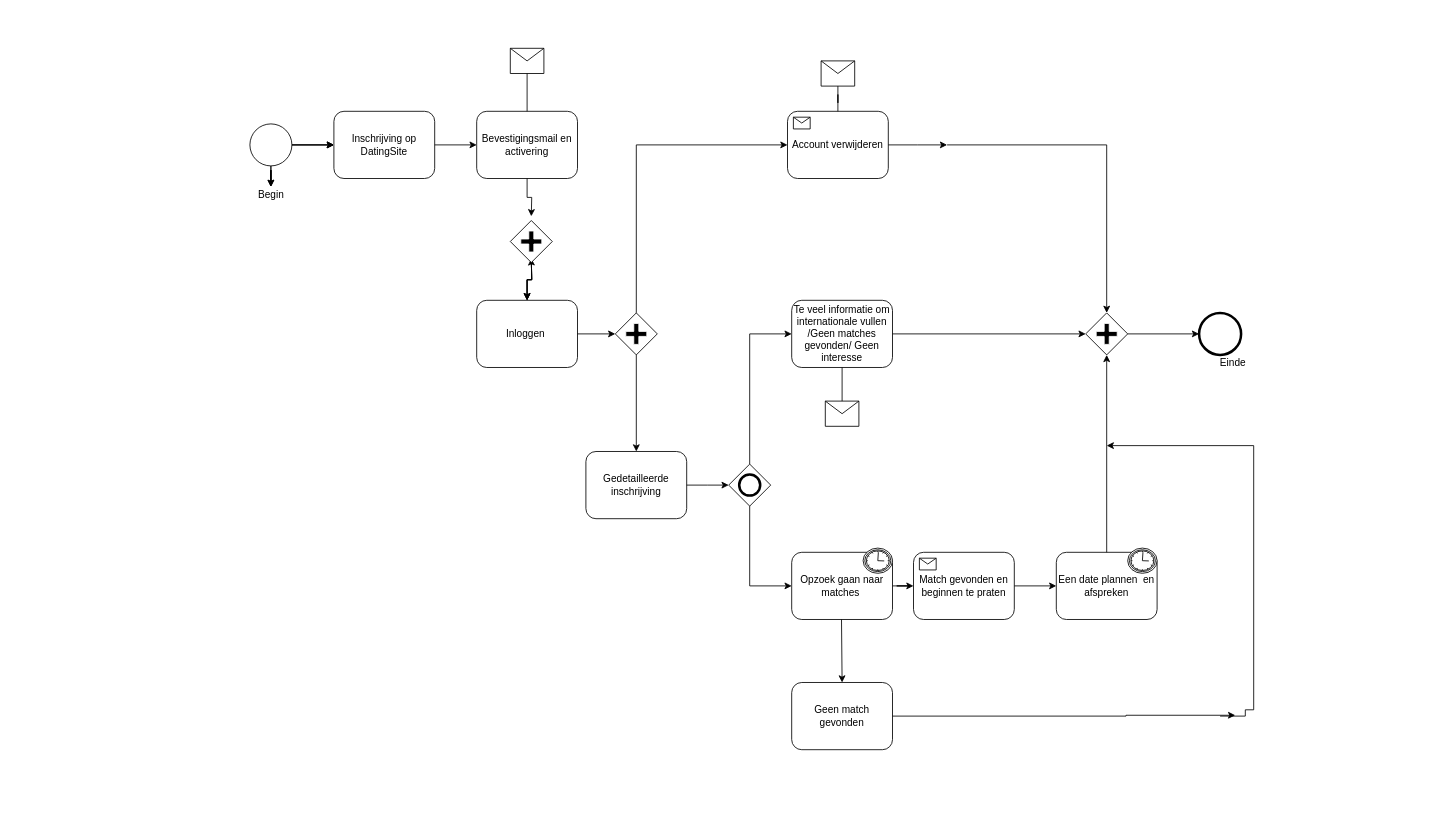
This is Untitled Diagram.drawio from mukau1995/IT-case, a draw.io file, before an edit. Source tidied: cells renumbered, new cells numbered last; positions are measured from the earlier drawing's top-left corner, leaving out a move shared by most shapes. Both pictures are drawn from the tidied source at 84%, with x=0, y=0 at pixel (249, 48).
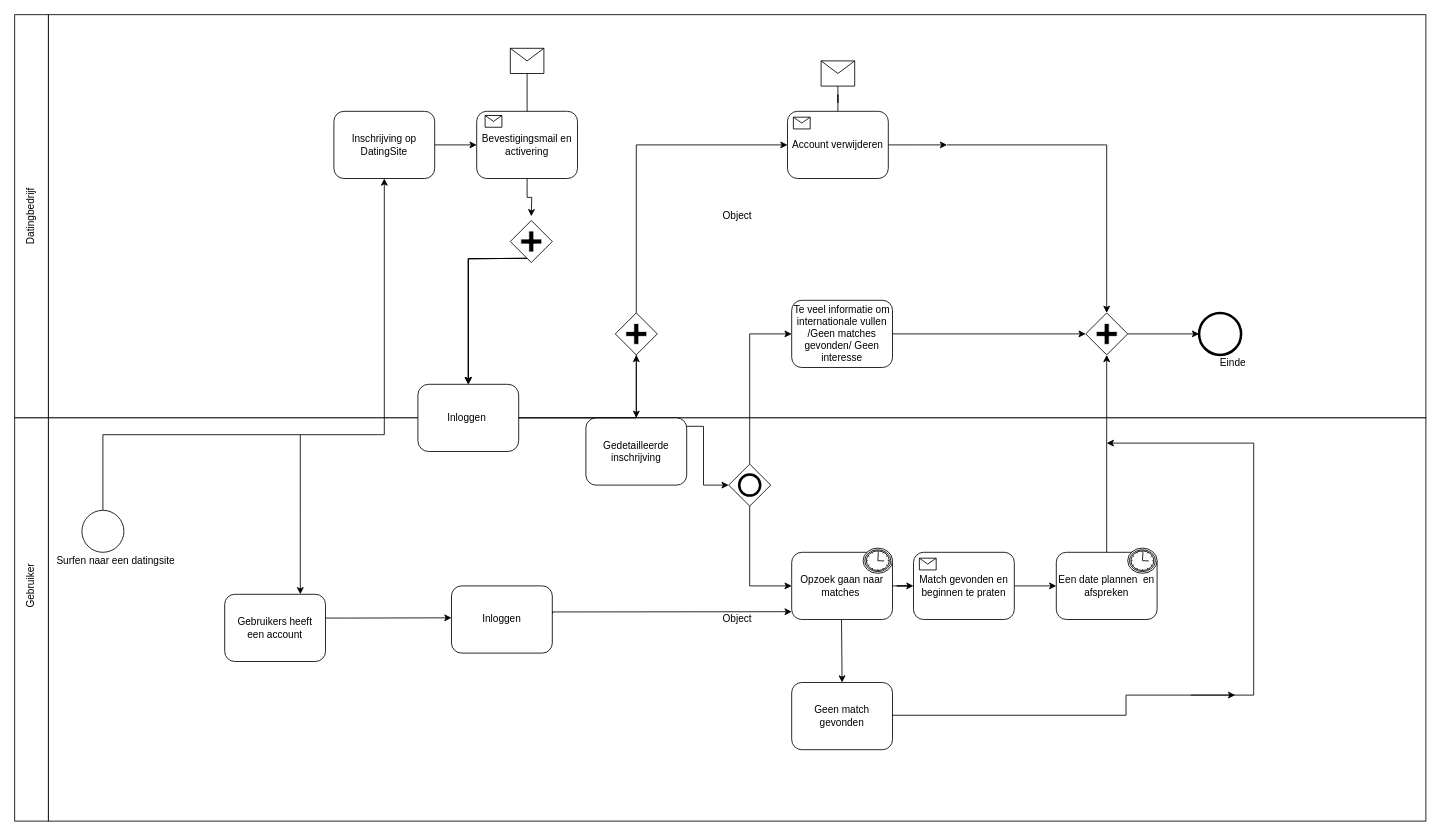
The same diagram, later.

Unchanged cells that the change refers to:
```xml
<mxCell id="7" value="&lt;span style=&quot;background-color: rgb(255 , 255 , 255)&quot;&gt;Inschrijving op DatingSite&lt;/span&gt;" style="shape=ext;rounded=1;html=1;whiteSpace=wrap;" parent="1" vertex="1">
  <mxGeometry x="100" y="75" width="120" height="80" as="geometry" />
</mxCell>
<mxCell id="17" value="Te veel informatie om internationale vullen /Geen matches gevonden/ Geen interesse" style="html=1;whiteSpace=wrap;rounded=1;" parent="1" vertex="1">
  <mxGeometry x="645" y="300" width="120" height="80" as="geometry" />
</mxCell>
<mxCell id="53" value="Geen match gevonden" style="html=1;whiteSpace=wrap;rounded=1;" parent="1" vertex="1">
  <mxGeometry x="645" y="755" width="120" height="80" as="geometry" />
</mxCell>
```

Diff of the diagram source:
```diff
@@
+    <mxCell id="57" value="Object" style="html=1;" parent="1" vertex="1">
+      <mxGeometry x="-240" y="-40" width="1640" height="480" as="geometry" />
+    </mxCell>
+    <mxCell id="58" style="html=1;perimeter=orthogonalPerimeter;" parent="1" vertex="1">
+      <mxGeometry x="-280" y="-40" width="40" height="480" as="geometry" />
+    </mxCell>
+    <mxCell id="59" value="Object" style="html=1;" parent="1" vertex="1">
+      <mxGeometry x="-240" y="440" width="1640" height="480" as="geometry" />
+    </mxCell>
     <mxCell id="2" style="edgeStyle=orthogonalEdgeStyle;rounded=0;jettySize=auto;html=1;" parent="1" edge="1" source="6" target="7">
-      <mxGeometry relative="1" as="geometry" />
+      <mxGeometry relative="1" as="geometry">
+        <Array as="points">
+          <mxPoint x="-175" y="460" />
+          <mxPoint x="160" y="460" />
+        </Array>
+      </mxGeometry>
     </mxCell>
-    <mxCell id="3" style="edgeStyle=orthogonalEdgeStyle;rounded=0;jettySize=auto;html=1;" parent="1" edge="1" source="6" target="7">
-      <mxGeometry relative="1" as="geometry" />
-    </mxCell>
-    <mxCell id="4" style="edgeStyle=orthogonalEdgeStyle;rounded=0;jettySize=auto;html=1;" parent="1" edge="1" source="6" target="48">
-      <mxGeometry relative="1" as="geometry" />
-    </mxCell>
-    <mxCell id="5" style="edgeStyle=orthogonalEdgeStyle;rounded=0;jettySize=auto;html=1;" parent="1" edge="1" source="6" target="48">
-      <mxGeometry relative="1" as="geometry" />
-    </mxCell>
     <mxCell id="6" style="shape=mxgraph.bpmn.shape;html=1;verticalLabelPosition=bottom;labelBackgroundColor=#ffffff;verticalAlign=top;perimeter=ellipsePerimeter;outline=standard;symbol=general;" parent="1" vertex="1">
-      <mxGeometry y="90" width="50" height="50" as="geometry" />
+      <mxGeometry x="-200" y="550" width="50" height="50" as="geometry" />
     </mxCell>
@@
-    <mxCell id="12" style="edgeStyle=orthogonalEdgeStyle;rounded=0;jettySize=auto;html=1;" parent="1" edge="1" source="13">
-      <mxGeometry relative="1" as="geometry">
-        <mxPoint x="335" y="250" as="targetPoint" />
-      </mxGeometry>
-    </mxCell>
-    <mxCell id="13" value="Inloggen&amp;nbsp;" style="shape=ext;rounded=1;html=1;whiteSpace=wrap;" parent="1" vertex="1">
-      <mxGeometry x="270" y="300" width="120" height="80" as="geometry" />
+    <mxCell id="13" value="Inloggen&amp;nbsp;" style="shape=ext;rounded=1;html=1;whiteSpace=wrap;direction=south;arcSize=16;" parent="1" vertex="1">
+      <mxGeometry x="200" y="400" width="120" height="80" as="geometry" />
     </mxCell>
@@
     <mxCell id="26" value="Gedetailleerde inschrijving" style="html=1;whiteSpace=wrap;rounded=1;" parent="1" vertex="1">
-      <mxGeometry x="400" y="480" width="120" height="80" as="geometry" />
+      <mxGeometry x="400" y="440" width="120" height="80" as="geometry" />
     </mxCell>
-    <mxCell id="27" style="shape=message;whiteSpace=wrap;html=1;" parent="1" vertex="1">
-      <mxGeometry x="685" y="420" width="40" height="30" as="geometry" />
-    </mxCell>
-    <mxCell id="28" style="edgeStyle=orthogonalEdgeStyle;rounded=0;html=1;jettySize=auto;" parent="1" edge="1" source="6" target="7">
-      <mxGeometry relative="1" as="geometry" />
-    </mxCell>
@@
-    <mxCell id="44" style="edgeStyle=orthogonalEdgeStyle;rounded=0;html=1;jettySize=auto;endArrow=none;endFill=0;" parent="1" edge="1" source="27" target="17">
-      <mxGeometry relative="1" as="geometry" />
-    </mxCell>
     <mxCell id="45" style="edgeStyle=orthogonalEdgeStyle;rounded=0;html=1;jettySize=auto;" parent="1" edge="1" source="26">
       <mxGeometry relative="1" as="geometry">
         <mxPoint x="570" y="520" as="targetPoint" />
+        <Array as="points">
+          <mxPoint x="540" y="450" />
+          <mxPoint x="540" y="520" />
+        </Array>
       </mxGeometry>
     </mxCell>
@@
-    <mxCell id="48" value="Begin" style="text;html=1;align=center;verticalAlign=middle;points=[];" parent="1" vertex="1">
-      <mxGeometry y="165" width="50" height="20" as="geometry" />
+    <mxCell id="48" value="Surfen naar een datingsite" style="text;html=1;align=center;verticalAlign=middle;points=[];" parent="1" vertex="1">
+      <mxGeometry x="-240" y="600" width="160" height="20" as="geometry" />
     </mxCell>
@@
     <mxCell id="54" style="edgeStyle=orthogonalEdgeStyle;rounded=0;html=1;jettySize=auto;exitX=1;exitY=0.5;exitDx=0;exitDy=0;" parent="1" edge="1" source="53">
       <mxGeometry relative="1" as="geometry">
-        <mxPoint x="1173" y="794" as="targetPoint" />
+        <mxPoint x="1173" y="770" as="targetPoint" />
         <Array as="points">
           <mxPoint x="1043" y="794" />
         </Array>
       </mxGeometry>
     </mxCell>
     <mxCell id="55" style="edgeStyle=orthogonalEdgeStyle;rounded=0;html=1;jettySize=auto;orthogonalLoop=1;" parent="1" edge="1">
       <mxGeometry relative="1" as="geometry">
-        <mxPoint x="1155" y="795" as="sourcePoint" />
-        <mxPoint x="1020" y="473" as="targetPoint" />
+        <mxPoint x="1120" y="770" as="sourcePoint" />
+        <mxPoint x="1020" y="470" as="targetPoint" />
         <Array as="points">
-          <mxPoint x="1185" y="787.5" />
-          <mxPoint x="1195" y="787.5" />
-          <mxPoint x="1195" y="472.5" />
+          <mxPoint x="1155" y="770" />
+          <mxPoint x="1195" y="770" />
+          <mxPoint x="1195" y="470" />
         </Array>
       </mxGeometry>
     </mxCell>
@@
+    <mxCell id="60" style="edgeStyle=orthogonalEdgeStyle;rounded=0;html=1;jettySize=auto;entryX=0.75;entryY=0;entryDx=0;entryDy=0;" parent="1" edge="1" target="61">
+      <mxGeometry relative="1" as="geometry">
+        <mxPoint x="60" y="460" as="sourcePoint" />
+        <Array as="points">
+          <mxPoint x="60" y="560" />
+          <mxPoint x="60" y="560" />
+        </Array>
+      </mxGeometry>
+    </mxCell>
+    <mxCell id="61" value="&lt;span style=&quot;background-color: rgb(255 , 255 , 255)&quot;&gt;Gebruikers heeft een&amp;nbsp;&lt;/span&gt;account" style="shape=ext;rounded=1;html=1;whiteSpace=wrap;" parent="1" vertex="1">
+      <mxGeometry x="-30" y="650" width="120" height="80" as="geometry" />
+    </mxCell>
+    <mxCell id="62" style="edgeStyle=orthogonalEdgeStyle;rounded=0;html=1;jettySize=auto;orthogonalLoop=1;" parent="1" edge="1">
+      <mxGeometry relative="1" as="geometry">
+        <mxPoint x="90" y="678.3" as="sourcePoint" />
+        <mxPoint x="240" y="678" as="targetPoint" />
+        <Array as="points">
+          <mxPoint x="120" y="678.3" />
+        </Array>
+      </mxGeometry>
+    </mxCell>
+    <mxCell id="63" value="&lt;span style=&quot;background-color: rgb(255 , 255 , 255)&quot;&gt;Inloggen&lt;/span&gt;" style="shape=ext;rounded=1;html=1;whiteSpace=wrap;" parent="1" vertex="1">
+      <mxGeometry x="240" y="640" width="120" height="80" as="geometry" />
+    </mxCell>
+    <mxCell id="64" style="edgeStyle=orthogonalEdgeStyle;rounded=0;html=1;jettySize=auto;exitX=1.003;exitY=0.408;exitDx=0;exitDy=0;exitPerimeter=0;" parent="1" edge="1" source="63">
+      <mxGeometry relative="1" as="geometry">
+        <mxPoint x="645" y="670.7" as="targetPoint" />
+        <Array as="points">
+          <mxPoint x="360" y="671" />
+          <mxPoint x="365" y="671" />
+        </Array>
+      </mxGeometry>
+    </mxCell>
+    <mxCell id="65" style="html=1;perimeter=orthogonalPerimeter;align=center;" parent="1" vertex="1">
+      <mxGeometry x="-280" y="440" width="40" height="480" as="geometry" />
+    </mxCell>
+    <mxCell id="66" value="Gebruiker" style="text;html=1;strokeColor=none;fillColor=none;align=center;verticalAlign=middle;whiteSpace=wrap;rounded=0;rotation=270;" parent="1" vertex="1">
+      <mxGeometry x="-280" y="630" width="40" height="20" as="geometry" />
+    </mxCell>
+    <mxCell id="67" value="Datingbedrijf" style="text;html=1;strokeColor=none;fillColor=none;align=center;verticalAlign=middle;whiteSpace=wrap;rounded=0;rotation=270;" parent="1" vertex="1">
+      <mxGeometry x="-280" y="190" width="40" height="20" as="geometry" />
+    </mxCell>
+    <mxCell id="68" style="html=1;shape=message;" parent="1" vertex="1">
+      <mxGeometry x="280" y="80" width="20" height="14" as="geometry" />
+    </mxCell>
```
